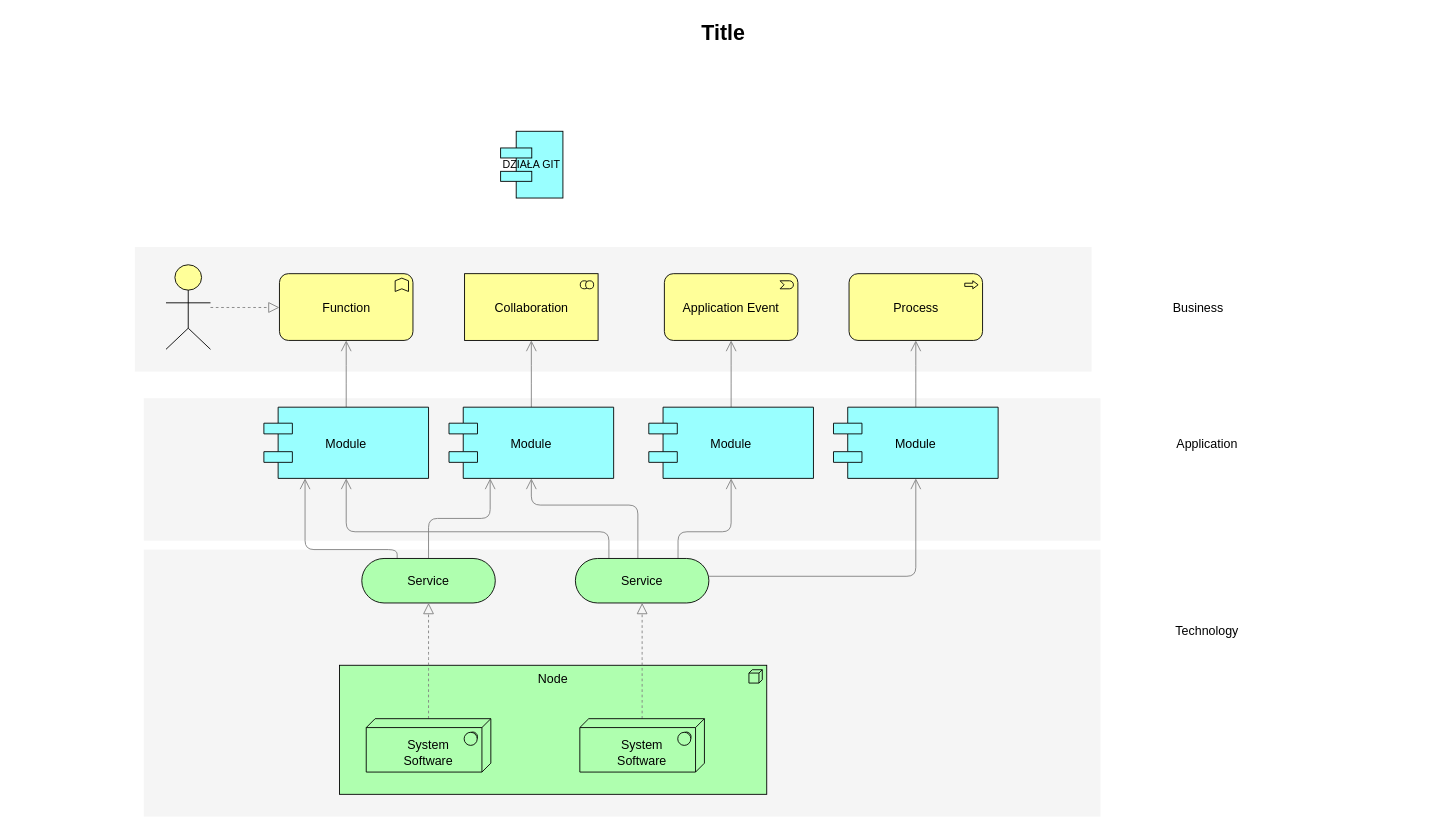
This is projekt2AIS.drawio from stvoreku/ais, a draw.io file, before an edit. Source tidied: cells renumbered, new cells numbered last; positions are measured from the earlier drawing's top-left corner, leaving out a move shared by most shapes. Both pictures are drawn from the tidied source at 89%, with x=0, y=0 at pixel (15, 15).
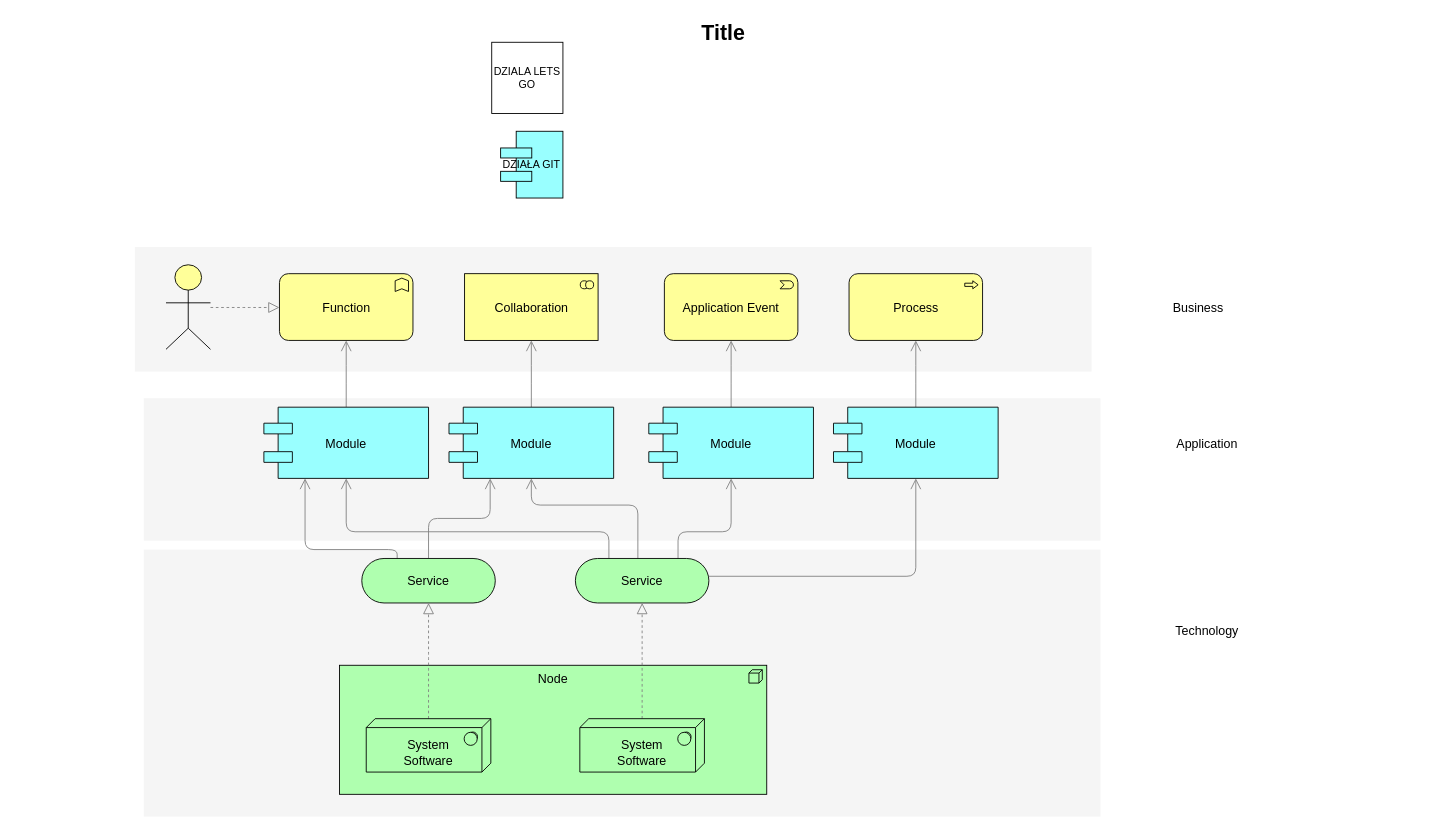
Above is the later version.

Commit message:
Git dziala

Change to the diagram source:
```diff
@@
+    <mxCell id="37" value="DZIALA LETS GO" style="whiteSpace=wrap;html=1;" parent="1" vertex="1">
+      <mxGeometry x="535" y="30" width="80" height="80" as="geometry" />
+    </mxCell>
```
